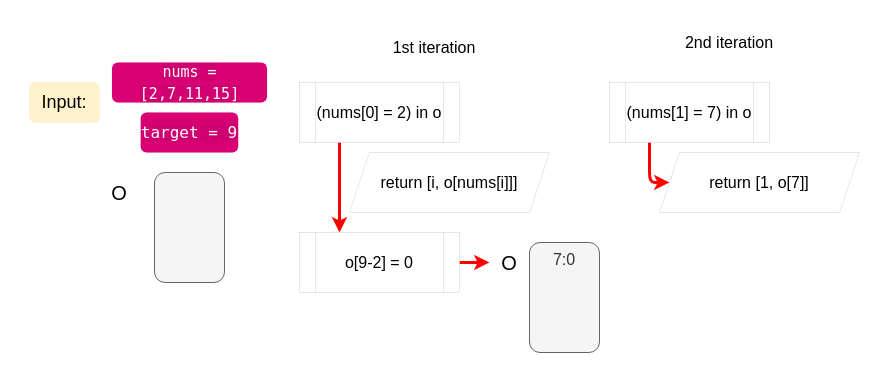
The draw.io diagram Leet/Neet-Code/Easy/Two_Sum.drawio in Ponti1999/Self_Development, before the edit. Source tidied: cells renumbered, new cells numbered last; positions are measured from the earlier drawing's top-left corner, leaving out a move shared by most shapes. Both pictures are drawn from the tidied source at 100%, with x=0, y=0 at pixel (29, 22).
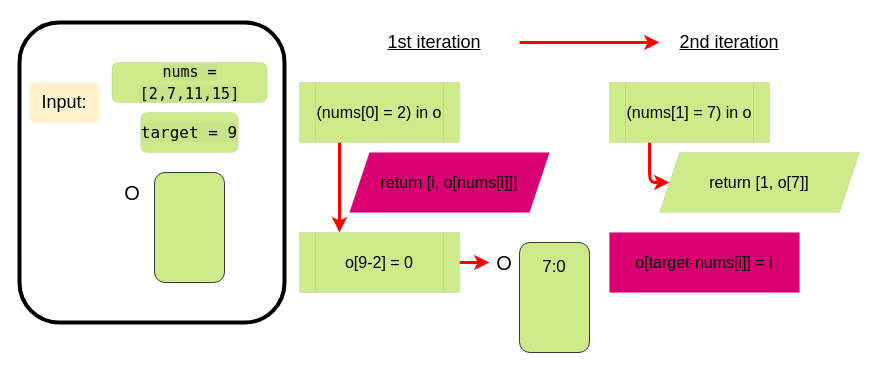
The same page after the edit.

The edit, as a diff of the source:
```diff
@@
+    <mxCell id="19" style="edgeStyle=none;html=1;exitX=1;exitY=0.5;exitDx=0;exitDy=0;strokeColor=#FF0000;strokeWidth=3;fontSize=17;fontColor=#000000;endSize=6;" parent="1" edge="1" source="2" target="13">
+      <mxGeometry relative="1" as="geometry" />
+    </mxCell>
-    <mxCell id="2" value="&lt;font style=&quot;font-size: 16px;&quot;&gt;1st iteration&lt;/font&gt;" style="text;html=1;strokeColor=none;fillColor=none;align=center;verticalAlign=middle;whiteSpace=wrap;rounded=0;fontSize=16;" parent="1" vertex="1">
-      <mxGeometry x="320" width="170" height="50" as="geometry" />
+    <mxCell id="2" value="&lt;font style=&quot;font-size: 18px;&quot;&gt;1st iteration&lt;/font&gt;" style="text;html=1;strokeColor=none;fillColor=none;align=center;verticalAlign=middle;whiteSpace=wrap;rounded=0;fontSize=18;fontStyle=4;" parent="1" vertex="1">
+      <mxGeometry x="320" y="-5" width="170" height="50" as="geometry" />
     </mxCell>
@@
-    <mxCell id="4" value="&lt;div style=&quot;&quot;&gt;&lt;span style=&quot;font-size: 15px; color: rgb(255, 255, 255); background-color: rgba(0, 10, 32, 0.03); font-family: Menlo, sans-serif;&quot;&gt;nums = [2,7,11,15]&lt;/span&gt;&lt;br&gt;&lt;/div&gt;" style="rounded=1;whiteSpace=wrap;html=1;strokeWidth=0;fontSize=18;align=center;fillColor=#d80073;spacing=0;labelPosition=center;verticalLabelPosition=middle;verticalAlign=middle;strokeColor=#A50040;fontColor=#ffffff;" parent="1" vertex="1">
+    <mxCell id="4" value="&lt;div style=&quot;&quot;&gt;&lt;span style=&quot;font-size: 15px; background-color: rgba(0, 10, 32, 0.03); font-family: Menlo, sans-serif;&quot;&gt;nums = [2,7,11,15]&lt;/span&gt;&lt;br&gt;&lt;/div&gt;" style="rounded=1;whiteSpace=wrap;html=1;strokeWidth=0;fontSize=18;align=center;fillColor=#cdeb8b;spacing=0;labelPosition=center;verticalLabelPosition=middle;verticalAlign=middle;strokeColor=#36393d;fontColor=#000000;" parent="1" vertex="1">
       <mxGeometry x="82.5" y="40" width="155" height="40" as="geometry" />
     </mxCell>
-    <mxCell id="5" value="&lt;div style=&quot;font-size: 16px;&quot;&gt;&lt;span style=&quot;font-size: 16px; color: rgb(255, 255, 255); background-color: rgba(0, 10, 32, 0.03); font-family: Menlo, sans-serif;&quot;&gt;t&lt;/span&gt;&lt;span style=&quot;background-color: rgba(0, 10, 32, 0.03); font-family: Menlo, sans-serif; font-size: 16px; text-align: start;&quot;&gt;arget = 9&lt;/span&gt;&lt;br style=&quot;font-size: 16px;&quot;&gt;&lt;/div&gt;" style="rounded=1;whiteSpace=wrap;html=1;strokeWidth=0;fontSize=16;align=center;fillColor=#d80073;spacing=0;labelPosition=center;verticalLabelPosition=middle;verticalAlign=middle;strokeColor=#A50040;fontColor=#ffffff;fontStyle=0;" parent="1" vertex="1">
+    <mxCell id="5" value="&lt;div style=&quot;font-size: 16px;&quot;&gt;&lt;span style=&quot;font-size: 16px; background-color: rgba(0, 10, 32, 0.03); font-family: Menlo, sans-serif;&quot;&gt;t&lt;/span&gt;&lt;span style=&quot;background-color: rgba(0, 10, 32, 0.03); font-family: Menlo, sans-serif; font-size: 16px; text-align: start;&quot;&gt;arget = 9&lt;/span&gt;&lt;br style=&quot;font-size: 16px;&quot;&gt;&lt;/div&gt;" style="rounded=1;whiteSpace=wrap;html=1;strokeWidth=0;fontSize=16;align=center;fillColor=#cdeb8b;spacing=0;labelPosition=center;verticalLabelPosition=middle;verticalAlign=middle;strokeColor=#36393d;fontStyle=0;fontColor=#000000;" parent="1" vertex="1">
       <mxGeometry x="111.2" y="90" width="97.5" height="40" as="geometry" />
     </mxCell>
@@
-    <mxCell id="7" value="(nums[0] = 2) in o" style="shape=process;whiteSpace=wrap;html=1;backgroundOutline=1;strokeWidth=0;fontSize=16;" parent="1" vertex="1">
+    <mxCell id="7" value="(nums[0] = 2) in o" style="shape=process;whiteSpace=wrap;html=1;backgroundOutline=1;strokeWidth=0;fontSize=16;fillColor=#cdeb8b;strokeColor=#36393d;fontColor=#000000;" parent="1" vertex="1">
       <mxGeometry x="270" y="60" width="160" height="60" as="geometry" />
     </mxCell>
-    <mxCell id="8" value="return [i, o[nums[i]]]" style="shape=parallelogram;perimeter=parallelogramPerimeter;whiteSpace=wrap;html=1;fixedSize=1;strokeWidth=0;fontSize=16;" parent="1" vertex="1">
+    <mxCell id="8" value="return [i, o[nums[i]]]" style="shape=parallelogram;perimeter=parallelogramPerimeter;whiteSpace=wrap;html=1;fixedSize=1;strokeWidth=0;fontSize=16;fillColor=#d80073;fontColor=#000000;strokeColor=#A50040;" parent="1" vertex="1">
       <mxGeometry x="320" y="130" width="200" height="60" as="geometry" />
     </mxCell>
@@
-    <mxCell id="10" value="o[9-2] = 0" style="shape=process;whiteSpace=wrap;html=1;backgroundOutline=1;strokeWidth=0;fontSize=16;" parent="1" vertex="1">
+    <mxCell id="10" value="o[9-2] = 0" style="shape=process;whiteSpace=wrap;html=1;backgroundOutline=1;strokeWidth=0;fontSize=16;fillColor=#cdeb8b;strokeColor=#36393d;fontColor=#000000;" parent="1" vertex="1">
       <mxGeometry x="270" y="210" width="160" height="60" as="geometry" />
     </mxCell>
-    <mxCell id="11" value="7:0&lt;br&gt;&lt;br&gt;&lt;br&gt;&lt;br&gt;&lt;br&gt;" style="rounded=1;whiteSpace=wrap;html=1;fillColor=#f5f5f5;fontColor=#333333;strokeColor=#666666;fontSize=16;labelPosition=center;verticalLabelPosition=middle;align=center;verticalAlign=middle;horizontal=1;" parent="1" vertex="1">
-      <mxGeometry x="500" y="220" width="70" height="110" as="geometry" />
+    <mxCell id="11" value="&lt;font style=&quot;font-size: 17px;&quot; color=&quot;#000000&quot;&gt;7:0&lt;br&gt;&lt;br&gt;&lt;br&gt;&lt;br&gt;&lt;/font&gt;" style="rounded=1;whiteSpace=wrap;html=1;fillColor=#cdeb8b;strokeColor=#36393d;fontSize=16;labelPosition=center;verticalLabelPosition=middle;align=center;verticalAlign=middle;horizontal=1;" parent="1" vertex="1">
+      <mxGeometry x="490" y="220" width="70" height="110" as="geometry" />
     </mxCell>
     <mxCell id="12" value="&lt;font style=&quot;font-size: 20px;&quot;&gt;O&lt;/font&gt;" style="text;html=1;strokeColor=none;fillColor=none;align=center;verticalAlign=middle;whiteSpace=wrap;rounded=0;perimeterSpacing=0;strokeWidth=0;" parent="1" vertex="1">
-      <mxGeometry x="460" y="220" width="40" height="40" as="geometry" />
+      <mxGeometry x="460" y="225" width="30" height="30" as="geometry" />
     </mxCell>
-    <mxCell id="13" value="&lt;font style=&quot;font-size: 16px;&quot;&gt;2nd&amp;nbsp;iteration&lt;/font&gt;" style="text;html=1;strokeColor=none;fillColor=none;align=center;verticalAlign=middle;whiteSpace=wrap;rounded=0;fontSize=16;" parent="1" vertex="1">
+    <mxCell id="13" value="&lt;font style=&quot;font-size: 18px;&quot;&gt;2nd&amp;nbsp;iteration&lt;/font&gt;" style="text;html=1;strokeColor=none;fillColor=none;align=center;verticalAlign=middle;whiteSpace=wrap;rounded=0;fontSize=18;fontStyle=4;" parent="1" vertex="1">
       <mxGeometry x="630" width="140" height="40" as="geometry" />
     </mxCell>
@@
-    <mxCell id="15" value="(nums[1] = 7) in o" style="shape=process;whiteSpace=wrap;html=1;backgroundOutline=1;strokeWidth=0;fontSize=16;" parent="1" vertex="1">
+    <mxCell id="15" value="(nums[1] = 7) in o" style="shape=process;whiteSpace=wrap;html=1;backgroundOutline=1;strokeWidth=0;fontSize=16;fillColor=#cdeb8b;strokeColor=#36393d;fontColor=#000000;" parent="1" vertex="1">
       <mxGeometry x="580" y="60" width="160" height="60" as="geometry" />
     </mxCell>
-    <mxCell id="16" value="return [1, o[7]]" style="shape=parallelogram;perimeter=parallelogramPerimeter;whiteSpace=wrap;html=1;fixedSize=1;strokeWidth=0;fontSize=16;" parent="1" vertex="1">
+    <mxCell id="16" value="return [1, o[7]]" style="shape=parallelogram;perimeter=parallelogramPerimeter;whiteSpace=wrap;html=1;fixedSize=1;strokeWidth=0;fontSize=16;fillColor=#cdeb8b;strokeColor=#36393d;fontColor=#000000;" parent="1" vertex="1">
       <mxGeometry x="630" y="130" width="200" height="60" as="geometry" />
     </mxCell>
-    <mxCell id="17" style="rounded=1;whiteSpace=wrap;html=1;fillColor=#f5f5f5;fontColor=#333333;strokeColor=#666666;fontSize=16;labelPosition=center;verticalLabelPosition=middle;align=center;verticalAlign=middle;horizontal=1;" parent="1" vertex="1">
+    <mxCell id="17" style="rounded=1;whiteSpace=wrap;html=1;fillColor=#cdeb8b;strokeColor=#36393d;fontSize=16;labelPosition=center;verticalLabelPosition=middle;align=center;verticalAlign=middle;horizontal=1;" parent="1" vertex="1">
       <mxGeometry x="125" y="150" width="70" height="110" as="geometry" />
     </mxCell>
     <mxCell id="18" value="&lt;font style=&quot;font-size: 20px;&quot;&gt;O&lt;/font&gt;" style="text;html=1;strokeColor=none;fillColor=none;align=center;verticalAlign=middle;whiteSpace=wrap;rounded=0;perimeterSpacing=0;strokeWidth=0;" parent="1" vertex="1">
-      <mxGeometry x="70" y="150" width="40" height="40" as="geometry" />
+      <mxGeometry x="82.5" y="150" width="40" height="40" as="geometry" />
     </mxCell>
+    <mxCell id="20" value="o[target-nums[i]] = i" style="shape=process;whiteSpace=wrap;html=1;backgroundOutline=1;strokeWidth=0;fontSize=16;fillColor=#d80073;strokeColor=#A50040;fontColor=#000000;" parent="1" vertex="1">
+      <mxGeometry x="580" y="210" width="190" height="60" as="geometry" />
+    </mxCell>
+    <mxCell id="21" style="rounded=1;whiteSpace=wrap;html=1;strokeWidth=4;fontSize=18;fontColor=#000000;fillColor=none;gradientColor=none;" parent="1" vertex="1">
+      <mxGeometry x="-10" width="265" height="300" as="geometry" />
+    </mxCell>
```
